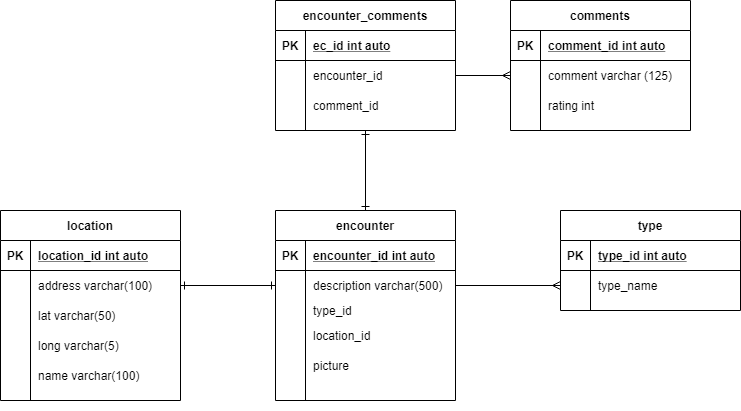
This is diagrams/databasediagram.png from adambigs/Spooky-Spaces, a draw.io export, as it was before one commit. Source tidied: cells renumbered, new cells last; positions are measured from the earlier drawing's top-left corner, leaving out a move shared by most shapes.
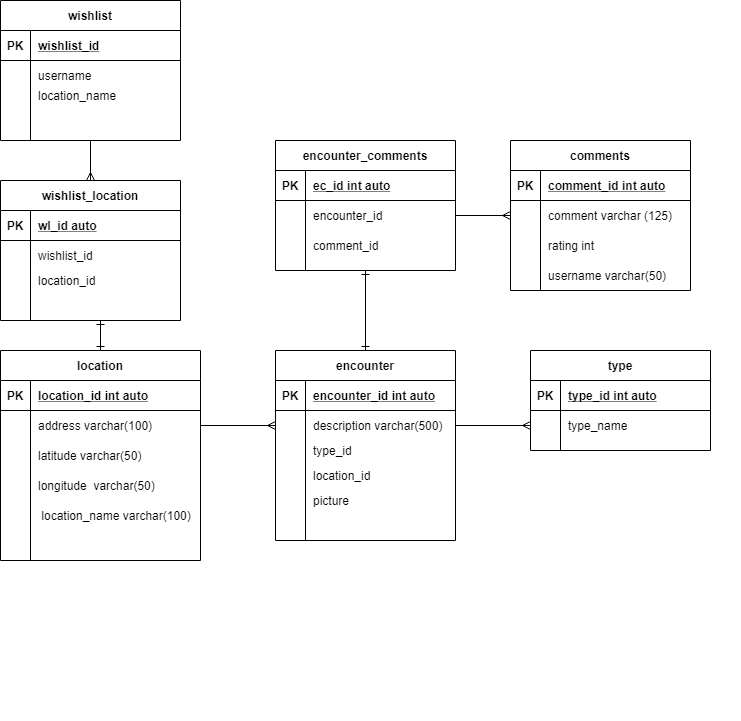
After the change.

Commit message:
updated database diagram

Diff of the diagram source:
```diff
@@ -36,7 +36,7 @@
       <mxGeometry x="30" width="150" height="30" as="geometry" />
     </mxCell>
     <mxCell id="13" value="comments" style="shape=table;startSize=30;rowLines=0;fontStyle=1;align=center;" parent="1" vertex="1">
-      <mxGeometry x="510" width="180" height="130" as="geometry" />
+      <mxGeometry x="510" width="180" height="150" as="geometry" />
     </mxCell>
     <mxCell id="14" style="shape=partialRectangle;fillColor=none;top=0;left=0;bottom=1;right=0;" parent="13" vertex="1">
       <mxGeometry y="30" width="180" height="30" as="geometry" />
@@ -66,7 +66,7 @@
       <mxGeometry x="30" width="150" height="30" as="geometry" />
     </mxCell>
     <mxCell id="23" value="type" style="shape=table;startSize=30;rowLines=0;fontStyle=1;align=center;" parent="1" vertex="1">
-      <mxGeometry x="560" y="210" width="180" height="100" as="geometry" />
+      <mxGeometry x="530" y="210" width="180" height="100" as="geometry" />
     </mxCell>
     <mxCell id="24" style="shape=partialRectangle;fillColor=none;top=0;left=0;bottom=1;right=0;" parent="23" vertex="1">
       <mxGeometry y="30" width="180" height="30" as="geometry" />
@@ -86,44 +86,49 @@
     <mxCell id="29" value="type_name " style="shape=partialRectangle;fillColor=none;top=0;left=0;bottom=0;right=0;align=left;spacingLeft=6;overflow=hidden;" parent="27" vertex="1">
       <mxGeometry x="30" width="150" height="30" as="geometry" />
     </mxCell>
+    <mxCell id="66" style="edgeStyle=orthogonalEdgeStyle;rounded=0;jettySize=auto;html=1;startArrow=ERone;startFill=0;endArrow=ERone;endFill=0;" parent="1" edge="1" source="30">
+      <mxGeometry relative="1" as="geometry">
+        <mxPoint x="100" y="180" as="targetPoint" />
+      </mxGeometry>
+    </mxCell>
     <mxCell id="30" value="location" style="shape=table;startSize=30;rowLines=0;fontStyle=1;align=center;" parent="1" vertex="1">
-      <mxGeometry y="210" width="180" height="190" as="geometry" />
+      <mxGeometry y="210" width="200" height="210" as="geometry" />
     </mxCell>
     <mxCell id="31" style="shape=partialRectangle;fillColor=none;top=0;left=0;bottom=1;right=0;" parent="30" vertex="1">
-      <mxGeometry y="30" width="180" height="30" as="geometry" />
+      <mxGeometry y="30" width="200" height="30" as="geometry" />
     </mxCell>
     <mxCell id="32" value="PK" style="shape=partialRectangle;fillColor=none;top=0;left=0;bottom=0;right=0;fontStyle=1;overflow=hidden;" parent="31" vertex="1">
       <mxGeometry width="30" height="30" as="geometry" />
     </mxCell>
     <mxCell id="33" value="location_id int auto" style="shape=partialRectangle;fillColor=none;top=0;left=0;bottom=0;right=0;align=left;spacingLeft=6;fontStyle=5;overflow=hidden;" parent="31" vertex="1">
-      <mxGeometry x="30" width="150" height="30" as="geometry" />
+      <mxGeometry x="30" width="170" height="30" as="geometry" />
     </mxCell>
     <mxCell id="34" style="shape=partialRectangle;fillColor=none;top=0;left=0;bottom=0;right=0;points=[[0,0.5],[1,0.5]];portConstraint=eastwest;" parent="30" vertex="1">
-      <mxGeometry y="60" width="180" height="30" as="geometry" />
+      <mxGeometry y="60" width="200" height="30" as="geometry" />
     </mxCell>
     <mxCell id="35" style="shape=partialRectangle;fillColor=none;top=0;left=0;bottom=0;right=0;overflow=hidden;" parent="34" vertex="1">
       <mxGeometry width="30" height="30" as="geometry" />
     </mxCell>
     <mxCell id="36" value="address varchar(100)" style="shape=partialRectangle;fillColor=none;top=0;left=0;bottom=0;right=0;align=left;spacingLeft=6;overflow=hidden;" parent="34" vertex="1">
-      <mxGeometry x="30" width="150" height="30" as="geometry" />
+      <mxGeometry x="30" width="170" height="30" as="geometry" />
     </mxCell>
     <mxCell id="37" style="shape=partialRectangle;fillColor=none;top=0;left=0;bottom=0;right=0;" parent="30" vertex="1">
-      <mxGeometry y="90" width="180" height="30" as="geometry" />
+      <mxGeometry y="90" width="200" height="30" as="geometry" />
     </mxCell>
     <mxCell id="38" style="shape=partialRectangle;fillColor=none;top=0;left=0;bottom=0;right=0;overflow=hidden;" parent="37" vertex="1">
       <mxGeometry width="30" height="30" as="geometry" />
     </mxCell>
-    <mxCell id="39" value="lat varchar(50)" style="shape=partialRectangle;fillColor=none;top=0;left=0;bottom=0;right=0;align=left;spacingLeft=6;overflow=hidden;" parent="37" vertex="1">
-      <mxGeometry x="30" width="150" height="30" as="geometry" />
+    <mxCell id="39" value="latitude varchar(50)" style="shape=partialRectangle;fillColor=none;top=0;left=0;bottom=0;right=0;align=left;spacingLeft=6;overflow=hidden;" parent="37" vertex="1">
+      <mxGeometry x="30" width="170" height="30" as="geometry" />
     </mxCell>
     <mxCell id="40" style="shape=partialRectangle;fillColor=none;top=0;left=0;bottom=0;right=0;" parent="30" vertex="1">
-      <mxGeometry y="120" width="180" height="30" as="geometry" />
+      <mxGeometry y="120" width="200" height="30" as="geometry" />
     </mxCell>
     <mxCell id="41" style="shape=partialRectangle;fillColor=none;top=0;left=0;bottom=0;right=0;overflow=hidden;" parent="40" vertex="1">
       <mxGeometry width="30" height="30" as="geometry" />
     </mxCell>
-    <mxCell id="42" value="long varchar(5)" style="shape=partialRectangle;fillColor=none;top=0;left=0;bottom=0;right=0;align=left;spacingLeft=6;overflow=hidden;" parent="40" vertex="1">
-      <mxGeometry x="30" width="150" height="30" as="geometry" />
+    <mxCell id="42" value="longitude  varchar(50)" style="shape=partialRectangle;fillColor=none;top=0;left=0;bottom=0;right=0;align=left;spacingLeft=6;overflow=hidden;" parent="40" vertex="1">
+      <mxGeometry x="30" width="170" height="30" as="geometry" />
     </mxCell>
     <mxCell id="43" style="group;" parent="1" vertex="1">
       <mxGeometry x="275" y="210" width="180" height="200" as="geometry" />
@@ -173,26 +178,157 @@
     <mxCell id="58" style="shape=partialRectangle;fillColor=none;top=0;left=0;bottom=0;right=0;overflow=hidden;" parent="57" vertex="1">
       <mxGeometry width="30" height="30" as="geometry" />
     </mxCell>
-    <mxCell id="59" value="picture" style="shape=partialRectangle;fillColor=none;top=0;left=0;bottom=0;right=0;align=left;spacingLeft=6;overflow=hidden;" parent="57" vertex="1">
-      <mxGeometry x="30" width="150" height="30" as="geometry" />
+    <mxCell id="59" value="picture" style="shape=partialRectangle;fillColor=none;top=0;left=0;bottom=0;right=0;align=left;spacingLeft=6;overflow=hidden;" parent="43" vertex="1">
+      <mxGeometry x="30" y="135" width="150" height="30" as="geometry" />
     </mxCell>
     <mxCell id="60" style="edgeStyle=orthogonalEdgeStyle;rounded=0;jettySize=auto;html=1;entryX=1;entryY=0.5;entryDx=0;entryDy=0;endArrow=none;endFill=0;startArrow=ERmany;startFill=0;" parent="1" edge="1" source="27" target="48">
       <mxGeometry relative="1" as="geometry" />
     </mxCell>
-    <mxCell id="61" style="edgeStyle=orthogonalEdgeStyle;rounded=0;jettySize=auto;html=1;entryX=0;entryY=0.5;entryDx=0;entryDy=0;startArrow=ERone;startFill=0;endArrow=ERone;endFill=0;" parent="1" edge="1" source="34" target="48">
+    <mxCell id="61" style="edgeStyle=orthogonalEdgeStyle;rounded=0;jettySize=auto;html=1;entryX=0;entryY=0.5;entryDx=0;entryDy=0;startArrow=none;startFill=0;endArrow=ERmany;endFill=0;" parent="1" edge="1" source="34" target="48">
       <mxGeometry relative="1" as="geometry" />
     </mxCell>
     <mxCell id="62" style="edgeStyle=orthogonalEdgeStyle;rounded=0;jettySize=auto;html=1;entryX=1;entryY=0.5;entryDx=0;entryDy=0;startArrow=ERmany;startFill=0;endArrow=none;endFill=0;" parent="1" edge="1" source="17" target="7">
       <mxGeometry relative="1" as="geometry" />
     </mxCell>
     <mxCell id="63" style="shape=partialRectangle;fillColor=none;top=0;left=0;bottom=0;right=0;" parent="1" vertex="1">
-      <mxGeometry y="360" width="180" height="30" as="geometry" />
+      <mxGeometry y="360" width="200" height="30" as="geometry" />
     </mxCell>
     <mxCell id="64" style="shape=partialRectangle;fillColor=none;top=0;left=0;bottom=0;right=0;overflow=hidden;" parent="63" vertex="1">
-      <mxGeometry width="30" height="30" as="geometry" />
+      <mxGeometry width="33.3" height="30" as="geometry" />
     </mxCell>
-    <mxCell id="65" value="name varchar(100)" style="shape=partialRectangle;fillColor=none;top=0;left=0;bottom=0;right=0;align=left;spacingLeft=6;overflow=hidden;" parent="63" vertex="1">
-      <mxGeometry x="30" width="150" height="30" as="geometry" />
+    <mxCell id="65" value="location_name varchar(100)" style="shape=partialRectangle;fillColor=none;top=0;left=0;bottom=0;right=0;align=left;spacingLeft=6;overflow=hidden;" parent="63" vertex="1">
+      <mxGeometry x="33.3" width="166.7" height="30" as="geometry" />
     </mxCell>
+    <mxCell id="67" style="shape=partialRectangle;fillColor=none;top=0;left=0;bottom=0;right=0;" parent="1" vertex="1">
+      <mxGeometry x="510" y="120" width="180" height="30" as="geometry" />
+    </mxCell>
+    <mxCell id="68" style="shape=partialRectangle;fillColor=none;top=0;left=0;bottom=0;right=0;overflow=hidden;" parent="67" vertex="1">
+      <mxGeometry width="30" height="30" as="geometry" />
+    </mxCell>
+    <mxCell id="69" value="username varchar(50)" style="shape=partialRectangle;fillColor=none;top=0;left=0;bottom=0;right=0;align=left;spacingLeft=6;overflow=hidden;" parent="67" vertex="1">
+      <mxGeometry x="30" width="150" height="30" as="geometry" />
+    </mxCell>
+    <mxCell id="70" style="group;" parent="1" vertex="1">
+      <mxGeometry x="560" y="380" width="180" height="200" as="geometry" />
+    </mxCell>
+    <mxCell id="71" style="shape=partialRectangle;fillColor=none;top=0;left=0;bottom=0;right=0;" parent="70" vertex="1">
+      <mxGeometry y="140" width="180" height="30" as="geometry" />
+    </mxCell>
+    <mxCell id="72" style="shape=partialRectangle;fillColor=none;top=0;left=0;bottom=0;right=0;overflow=hidden;" parent="71" vertex="1">
+      <mxGeometry width="30" height="30" as="geometry" />
+    </mxCell>
+    <mxCell id="73" value="wishlist" style="shape=table;startSize=30;rowLines=0;fontStyle=1;align=center;" parent="1" vertex="1">
+      <mxGeometry y="-140" width="180" height="140" as="geometry" />
+    </mxCell>
+    <mxCell id="74" style="shape=partialRectangle;fillColor=none;top=0;left=0;bottom=1;right=0;" parent="73" vertex="1">
+      <mxGeometry y="30" width="180" height="30" as="geometry" />
+    </mxCell>
+    <mxCell id="75" value="PK" style="shape=partialRectangle;fillColor=none;top=0;left=0;bottom=0;right=0;fontStyle=1;overflow=hidden;" parent="74" vertex="1">
+      <mxGeometry width="30" height="30" as="geometry" />
+    </mxCell>
+    <mxCell id="76" value="wishlist_id" style="shape=partialRectangle;fillColor=none;top=0;left=0;bottom=0;right=0;align=left;spacingLeft=6;fontStyle=5;overflow=hidden;" parent="74" vertex="1">
+      <mxGeometry x="30" width="150" height="30" as="geometry" />
+    </mxCell>
+    <mxCell id="77" style="shape=partialRectangle;fillColor=none;top=0;left=0;bottom=0;right=0;" parent="73" vertex="1">
+      <mxGeometry y="60" width="180" height="30" as="geometry" />
+    </mxCell>
+    <mxCell id="78" style="shape=partialRectangle;fillColor=none;top=0;left=0;bottom=0;right=0;overflow=hidden;" parent="77" vertex="1">
+      <mxGeometry width="30" height="30" as="geometry" />
+    </mxCell>
+    <mxCell id="79" value="username" style="shape=partialRectangle;fillColor=none;top=0;left=0;bottom=0;right=0;align=left;spacingLeft=6;overflow=hidden;" parent="77" vertex="1">
+      <mxGeometry x="30" width="150" height="30" as="geometry" />
+    </mxCell>
+    <mxCell id="80" style="shape=partialRectangle;fillColor=none;top=0;left=0;bottom=0;right=0;" parent="73" vertex="1">
+      <mxGeometry y="90" width="180" height="20" as="geometry" />
+    </mxCell>
+    <mxCell id="81" style="shape=partialRectangle;fillColor=none;top=0;left=0;bottom=0;right=0;overflow=hidden;" parent="80" vertex="1">
+      <mxGeometry width="30" height="20" as="geometry" />
+    </mxCell>
+    <mxCell id="82" style="shape=partialRectangle;fillColor=none;top=0;left=0;bottom=0;right=0;align=left;spacingLeft=6;overflow=hidden;" parent="80" vertex="1">
+      <mxGeometry x="30" width="150" height="20" as="geometry" />
+    </mxCell>
+    <mxCell id="83" style="shape=partialRectangle;fillColor=none;top=0;left=0;bottom=0;right=0;" parent="73" vertex="1">
+      <mxGeometry y="110" width="180" height="30" as="geometry" />
+    </mxCell>
+    <mxCell id="84" style="shape=partialRectangle;fillColor=none;top=0;left=0;bottom=0;right=0;overflow=hidden;" parent="83" vertex="1">
+      <mxGeometry width="30" height="30" as="geometry" />
+    </mxCell>
+    <mxCell id="85" style="shape=partialRectangle;fillColor=none;top=0;left=0;bottom=0;right=0;align=left;spacingLeft=6;overflow=hidden;" parent="83" vertex="1">
+      <mxGeometry x="30" width="150" height="30" as="geometry" />
+    </mxCell>
+    <mxCell id="86" style="group;" parent="1" vertex="1">
+      <mxGeometry y="40" width="180" height="140" as="geometry" />
+    </mxCell>
+    <mxCell id="87" style="shape=partialRectangle;fillColor=none;top=0;left=0;bottom=0;right=0;" parent="86" vertex="1">
+      <mxGeometry y="95" width="180" height="30" as="geometry" />
+    </mxCell>
+    <mxCell id="88" style="shape=partialRectangle;fillColor=none;top=0;left=0;bottom=0;right=0;overflow=hidden;" parent="87" vertex="1">
+      <mxGeometry width="30" height="30" as="geometry" />
+    </mxCell>
+    <mxCell id="89" style="shape=partialRectangle;fillColor=none;top=0;left=0;bottom=0;right=0;align=left;spacingLeft=6;overflow=hidden;" parent="87" vertex="1">
+      <mxGeometry x="30" width="150" height="30" as="geometry" />
+    </mxCell>
+    <mxCell id="90" value="wishlist_location" style="shape=table;startSize=30;rowLines=0;fontStyle=1;align=center;" parent="86" vertex="1">
+      <mxGeometry width="180" height="140" as="geometry" />
+    </mxCell>
+    <mxCell id="91" style="shape=partialRectangle;fillColor=none;top=0;left=0;bottom=1;right=0;" parent="90" vertex="1">
+      <mxGeometry y="30" width="180" height="30" as="geometry" />
+    </mxCell>
+    <mxCell id="92" value="PK" style="shape=partialRectangle;fillColor=none;top=0;left=0;bottom=0;right=0;fontStyle=1;overflow=hidden;" parent="91" vertex="1">
+      <mxGeometry width="30" height="30" as="geometry" />
+    </mxCell>
+    <mxCell id="93" value="wl_id auto" style="shape=partialRectangle;fillColor=none;top=0;left=0;bottom=0;right=0;align=left;spacingLeft=6;fontStyle=5;overflow=hidden;" parent="91" vertex="1">
+      <mxGeometry x="30" width="150" height="30" as="geometry" />
+    </mxCell>
+    <mxCell id="94" style="shape=partialRectangle;fillColor=none;top=0;left=0;bottom=0;right=0;" parent="90" vertex="1">
+      <mxGeometry y="60" width="180" height="30" as="geometry" />
+    </mxCell>
+    <mxCell id="95" style="shape=partialRectangle;fillColor=none;top=0;left=0;bottom=0;right=0;overflow=hidden;" parent="94" vertex="1">
+      <mxGeometry width="30" height="30" as="geometry" />
+    </mxCell>
+    <mxCell id="96" value="wishlist_id" style="shape=partialRectangle;fillColor=none;top=0;left=0;bottom=0;right=0;align=left;spacingLeft=6;overflow=hidden;" parent="94" vertex="1">
+      <mxGeometry x="30" width="150" height="30" as="geometry" />
+    </mxCell>
+    <mxCell id="97" style="shape=partialRectangle;fillColor=none;top=0;left=0;bottom=0;right=0;" parent="90" vertex="1">
+      <mxGeometry y="90" width="180" height="20" as="geometry" />
+    </mxCell>
+    <mxCell id="98" style="shape=partialRectangle;fillColor=none;top=0;left=0;bottom=0;right=0;overflow=hidden;" parent="97" vertex="1">
+      <mxGeometry width="30" height="20" as="geometry" />
+    </mxCell>
+    <mxCell id="99" style="shape=partialRectangle;fillColor=none;top=0;left=0;bottom=0;right=0;align=left;spacingLeft=6;overflow=hidden;" parent="97" vertex="1">
+      <mxGeometry x="30" width="150" height="20" as="geometry" />
+    </mxCell>
+    <mxCell id="100" style="shape=partialRectangle;fillColor=none;top=0;left=0;bottom=0;right=0;" parent="90" vertex="1">
+      <mxGeometry y="110" width="180" height="30" as="geometry" />
+    </mxCell>
+    <mxCell id="101" style="shape=partialRectangle;fillColor=none;top=0;left=0;bottom=0;right=0;overflow=hidden;" parent="100" vertex="1">
+      <mxGeometry width="30" height="30" as="geometry" />
+    </mxCell>
+    <mxCell id="102" style="shape=partialRectangle;fillColor=none;top=0;left=0;bottom=0;right=0;align=left;spacingLeft=6;overflow=hidden;" parent="100" vertex="1">
+      <mxGeometry x="30" width="150" height="30" as="geometry" />
+    </mxCell>
+    <mxCell id="103" style="shape=partialRectangle;fillColor=none;top=0;left=0;bottom=0;right=0;" parent="86" vertex="1">
+      <mxGeometry y="85" width="180" height="30" as="geometry" />
+    </mxCell>
+    <mxCell id="104" style="shape=partialRectangle;fillColor=none;top=0;left=0;bottom=0;right=0;overflow=hidden;" parent="103" vertex="1">
+      <mxGeometry width="30" height="30" as="geometry" />
+    </mxCell>
+    <mxCell id="105" value="location_id" style="shape=partialRectangle;fillColor=none;top=0;left=0;bottom=0;right=0;align=left;spacingLeft=6;overflow=hidden;" parent="103" vertex="1">
+      <mxGeometry x="30" width="150" height="30" as="geometry" />
+    </mxCell>
+    <mxCell id="106" style="shape=partialRectangle;fillColor=none;top=0;left=0;bottom=0;right=0;" parent="1" vertex="1">
+      <mxGeometry y="-60" width="180" height="30" as="geometry" />
+    </mxCell>
+    <mxCell id="107" style="shape=partialRectangle;fillColor=none;top=0;left=0;bottom=0;right=0;overflow=hidden;" parent="106" vertex="1">
+      <mxGeometry width="30" height="30" as="geometry" />
+    </mxCell>
+    <mxCell id="108" value="location_name" style="shape=partialRectangle;fillColor=none;top=0;left=0;bottom=0;right=0;align=left;spacingLeft=6;overflow=hidden;" parent="106" vertex="1">
+      <mxGeometry x="30" width="150" height="30" as="geometry" />
+    </mxCell>
+    <mxCell id="109" style="edgeStyle=orthogonalEdgeStyle;rounded=0;jettySize=auto;html=1;startArrow=ERmany;startFill=0;endArrow=none;endFill=0;" parent="1" edge="1" source="90">
+      <mxGeometry relative="1" as="geometry">
+        <mxPoint x="90" as="targetPoint" />
+      </mxGeometry>
+    </mxCell>
   </root>
 </mxGraphModel>
```
